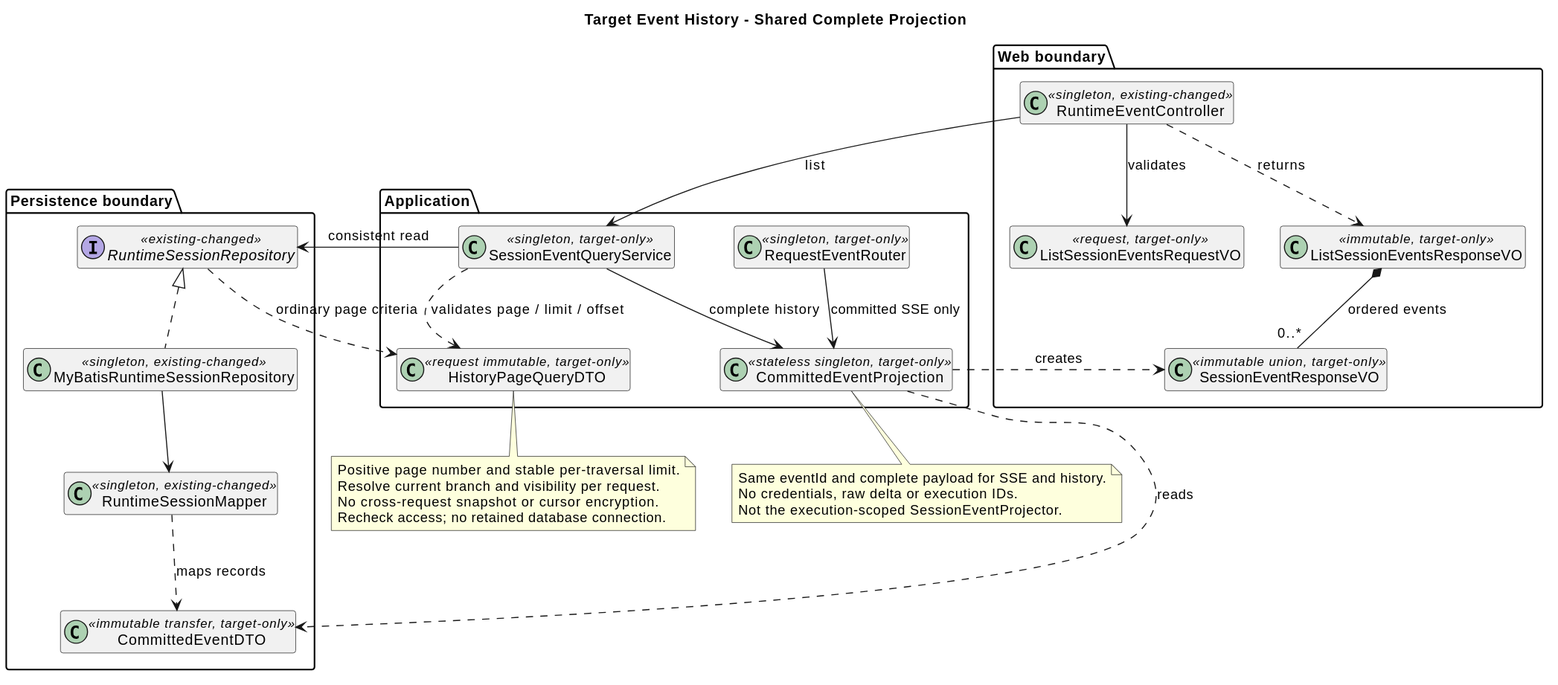
This is 01-总体架构/01-CampusClaw多Agent运行时/设计图/事件历史查询/target_event_history_classes.svg from ssm0808/pi-mono-java-design, a PlantUML export, as it was before one commit.
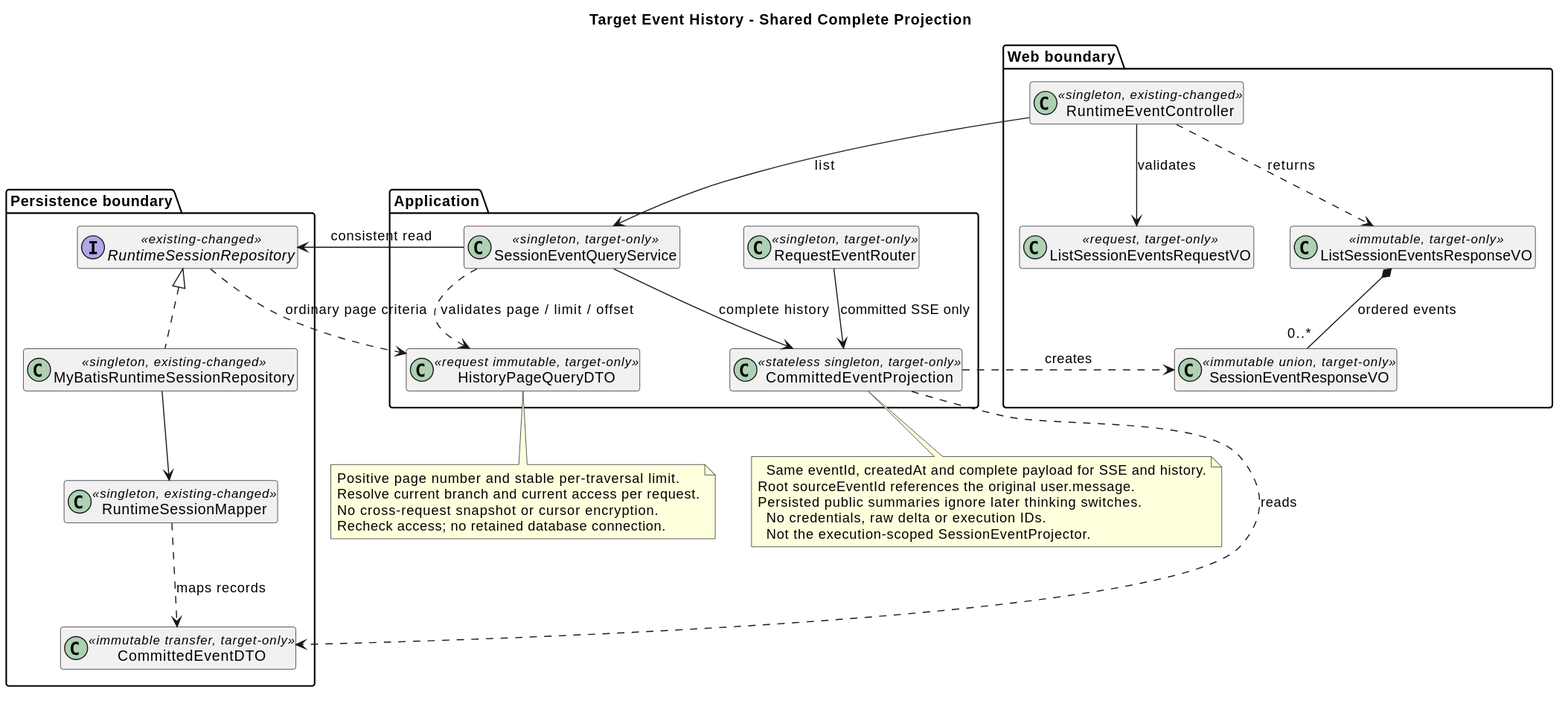
The same file after the commit.

Change to the diagram source:
```diff
@@ -36,12 +36,14 @@
 RuntimeSessionRepository ..> HistoryPageQueryDTO : ordinary page criteria
 note bottom of HistoryPageQueryDTO
   Positive page number and stable per-traversal limit.
-  Resolve current branch and visibility per request.
+  Resolve current branch and current access per request.
   No cross-request snapshot or cursor encryption.
   Recheck access; no retained database connection.
 end note
 note bottom of CommittedEventProjection
-  Same eventId and complete payload for SSE and history.
+  Same eventId, createdAt and complete payload for SSE and history.
+Root sourceEventId references the original user.message.
+Persisted public summaries ignore later thinking switches.
   No credentials, raw delta or execution IDs.
   Not the execution-scoped SessionEventProjector.
 end note
```
